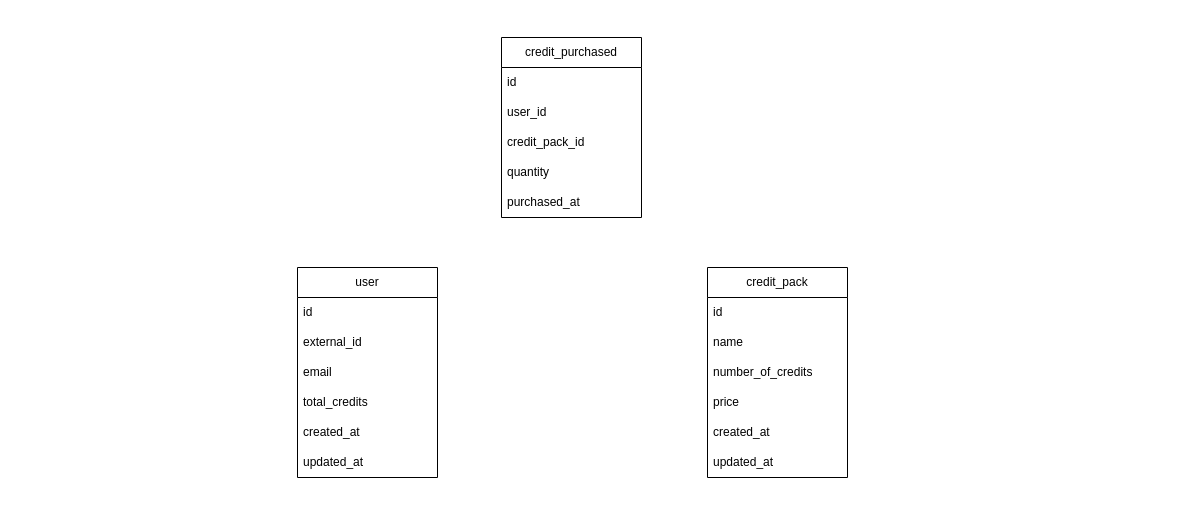
chrischriscris/gymcredits keeps this draw.io diagram as gymcredits.drawio. Above is the earlier version. Source tidied: cells renumbered, new cells numbered last; positions are measured from the earlier drawing's top-left corner, leaving out a move shared by most shapes. Both pictures are drawn from the tidied source at 100%, with x=0, y=0 at pixel (297, 37).
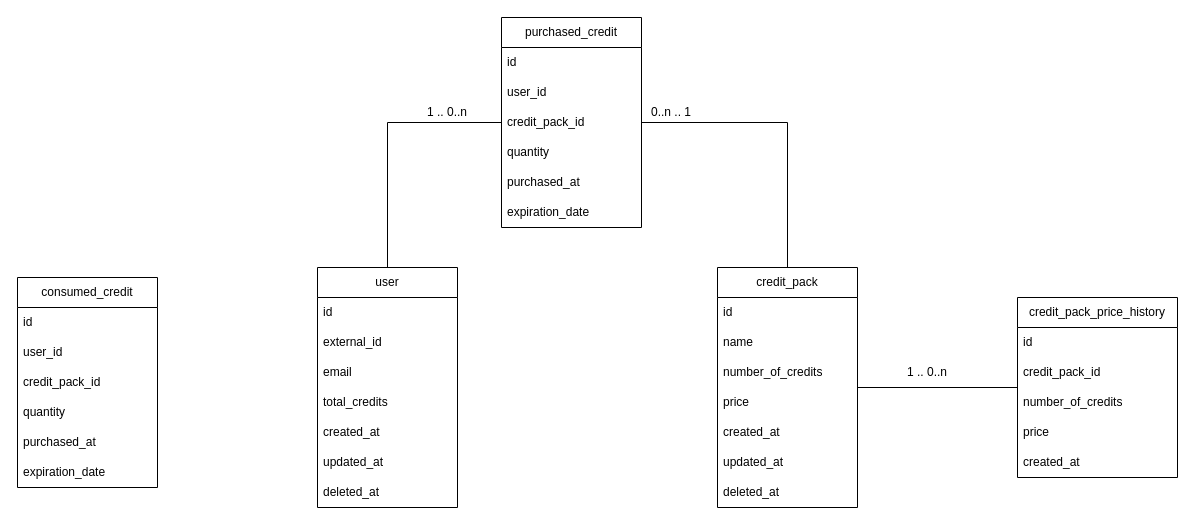
After the change.

Diff of the diagram source:
```diff
@@
     <mxCell id="2" value="user" style="swimlane;fontStyle=0;horizontal=1;startSize=30;whiteSpace=wrap;html=1;" parent="1" vertex="1">
-      <mxGeometry y="230" width="140" height="210" as="geometry" />
+      <mxGeometry x="20" y="230" width="140" height="240" as="geometry" />
     </mxCell>
@@
+    <mxCell id="22" value="deleted_at" style="text;strokeColor=none;fillColor=none;align=left;verticalAlign=middle;spacingLeft=4;spacingRight=4;overflow=hidden;whiteSpace=wrap;html=1;" parent="2" vertex="1">
+      <mxGeometry y="210" width="140" height="30" as="geometry" />
+    </mxCell>
     <mxCell id="9" value="credit_pack" style="swimlane;fontStyle=0;horizontal=1;startSize=30;whiteSpace=wrap;html=1;" parent="1" vertex="1">
-      <mxGeometry x="410" y="230" width="140" height="210" as="geometry" />
+      <mxGeometry x="420" y="230" width="140" height="240" as="geometry" />
     </mxCell>
@@
+    <mxCell id="23" value="deleted_at" style="text;strokeColor=none;fillColor=none;align=left;verticalAlign=middle;spacingLeft=4;spacingRight=4;overflow=hidden;whiteSpace=wrap;html=1;" parent="9" vertex="1">
+      <mxGeometry y="210" width="140" height="30" as="geometry" />
+    </mxCell>
-    <mxCell id="16" value="credit_purchased" style="swimlane;fontStyle=0;horizontal=1;startSize=30;whiteSpace=wrap;html=1;" parent="1" vertex="1">
-      <mxGeometry x="204" width="140" height="180" as="geometry" />
+    <mxCell id="16" value="purchased_credit" style="swimlane;fontStyle=0;horizontal=1;startSize=30;whiteSpace=wrap;html=1;" parent="1" vertex="1">
+      <mxGeometry x="204" y="-20" width="140" height="210" as="geometry" />
     </mxCell>
@@
+    <mxCell id="24" value="purchased_at" style="text;strokeColor=none;fillColor=none;align=left;verticalAlign=middle;spacingLeft=4;spacingRight=4;overflow=hidden;whiteSpace=wrap;html=1;" parent="16" vertex="1">
+      <mxGeometry y="150" width="140" height="30" as="geometry" />
+    </mxCell>
-    <mxCell id="21" value="purchased_at" style="text;strokeColor=none;fillColor=none;align=left;verticalAlign=middle;spacingLeft=4;spacingRight=4;overflow=hidden;whiteSpace=wrap;html=1;" parent="16" vertex="1">
-      <mxGeometry y="150" width="140" height="30" as="geometry" />
+    <mxCell id="21" value="expiration_date" style="text;strokeColor=none;fillColor=none;align=left;verticalAlign=middle;spacingLeft=4;spacingRight=4;overflow=hidden;whiteSpace=wrap;html=1;" parent="16" vertex="1">
+      <mxGeometry y="180" width="140" height="30" as="geometry" />
     </mxCell>
+    <mxCell id="25" value="credit_pack_price_history" style="swimlane;fontStyle=0;horizontal=1;startSize=30;whiteSpace=wrap;html=1;" parent="1" vertex="1">
+      <mxGeometry x="720" y="260" width="160" height="180" as="geometry" />
+    </mxCell>
+    <mxCell id="26" value="id" style="text;strokeColor=none;fillColor=none;align=left;verticalAlign=middle;spacingLeft=4;spacingRight=4;overflow=hidden;whiteSpace=wrap;html=1;" parent="25" vertex="1">
+      <mxGeometry y="30" width="160" height="30" as="geometry" />
+    </mxCell>
+    <mxCell id="27" value="credit_pack_id" style="text;strokeColor=none;fillColor=none;align=left;verticalAlign=middle;spacingLeft=4;spacingRight=4;overflow=hidden;whiteSpace=wrap;html=1;" parent="25" vertex="1">
+      <mxGeometry y="60" width="160" height="30" as="geometry" />
+    </mxCell>
+    <mxCell id="28" value="number_of_credits" style="text;strokeColor=none;fillColor=none;align=left;verticalAlign=middle;spacingLeft=4;spacingRight=4;overflow=hidden;whiteSpace=wrap;html=1;" parent="25" vertex="1">
+      <mxGeometry y="90" width="160" height="30" as="geometry" />
+    </mxCell>
+    <mxCell id="29" value="price" style="text;strokeColor=none;fillColor=none;align=left;verticalAlign=middle;spacingLeft=4;spacingRight=4;overflow=hidden;whiteSpace=wrap;html=1;" parent="25" vertex="1">
+      <mxGeometry y="120" width="160" height="30" as="geometry" />
+    </mxCell>
+    <mxCell id="30" value="created_at" style="text;strokeColor=none;fillColor=none;align=left;verticalAlign=middle;spacingLeft=4;spacingRight=4;overflow=hidden;whiteSpace=wrap;html=1;" parent="25" vertex="1">
+      <mxGeometry y="150" width="160" height="30" as="geometry" />
+    </mxCell>
+    <mxCell id="31" value="1 .. 0..n" style="text;html=1;align=center;verticalAlign=middle;whiteSpace=wrap;rounded=0;" parent="1" vertex="1">
+      <mxGeometry x="600" y="320" width="60" height="30" as="geometry" />
+    </mxCell>
+    <mxCell id="32" style="endArrow=none;html=1;rounded=0;" parent="1" edge="1" source="9" target="25">
+      <mxGeometry relative="1" as="geometry" />
+    </mxCell>
+    <mxCell id="33" style="endArrow=none;html=1;rounded=0;" parent="1" edge="1" source="16" target="9">
+      <mxGeometry relative="1" as="geometry">
+        <Array as="points">
+          <mxPoint x="490" y="85" />
+        </Array>
+      </mxGeometry>
+    </mxCell>
+    <mxCell id="34" value="0..n .. 1" style="text;html=1;align=center;verticalAlign=middle;whiteSpace=wrap;rounded=0;" parent="1" vertex="1">
+      <mxGeometry x="344" y="60" width="60" height="30" as="geometry" />
+    </mxCell>
+    <mxCell id="35" style="endArrow=none;html=1;rounded=0;" parent="1" edge="1" source="16" target="2">
+      <mxGeometry relative="1" as="geometry">
+        <Array as="points">
+          <mxPoint x="90" y="85" />
+        </Array>
+      </mxGeometry>
+    </mxCell>
+    <mxCell id="36" value="1 .. 0..n" style="text;html=1;align=center;verticalAlign=middle;whiteSpace=wrap;rounded=0;" parent="1" vertex="1">
+      <mxGeometry x="120" y="60" width="60" height="30" as="geometry" />
+    </mxCell>
+    <mxCell id="37" value="consumed_credit" style="swimlane;fontStyle=0;horizontal=1;startSize=30;whiteSpace=wrap;html=1;" parent="1" vertex="1">
+      <mxGeometry x="-280" y="240" width="140" height="210" as="geometry" />
+    </mxCell>
+    <mxCell id="38" value="id" style="text;strokeColor=none;fillColor=none;align=left;verticalAlign=middle;spacingLeft=4;spacingRight=4;overflow=hidden;whiteSpace=wrap;html=1;" parent="37" vertex="1">
+      <mxGeometry y="30" width="140" height="30" as="geometry" />
+    </mxCell>
+    <mxCell id="39" value="user_id" style="text;strokeColor=none;fillColor=none;align=left;verticalAlign=middle;spacingLeft=4;spacingRight=4;overflow=hidden;whiteSpace=wrap;html=1;" parent="37" vertex="1">
+      <mxGeometry y="60" width="140" height="30" as="geometry" />
+    </mxCell>
+    <mxCell id="40" value="credit_pack_id" style="text;strokeColor=none;fillColor=none;align=left;verticalAlign=middle;spacingLeft=4;spacingRight=4;overflow=hidden;whiteSpace=wrap;html=1;" parent="37" vertex="1">
+      <mxGeometry y="90" width="140" height="30" as="geometry" />
+    </mxCell>
+    <mxCell id="41" value="quantity" style="text;strokeColor=none;fillColor=none;align=left;verticalAlign=middle;spacingLeft=4;spacingRight=4;overflow=hidden;whiteSpace=wrap;html=1;" parent="37" vertex="1">
+      <mxGeometry y="120" width="140" height="30" as="geometry" />
+    </mxCell>
+    <mxCell id="42" value="purchased_at" style="text;strokeColor=none;fillColor=none;align=left;verticalAlign=middle;spacingLeft=4;spacingRight=4;overflow=hidden;whiteSpace=wrap;html=1;" parent="37" vertex="1">
+      <mxGeometry y="150" width="140" height="30" as="geometry" />
+    </mxCell>
+    <mxCell id="43" value="expiration_date" style="text;strokeColor=none;fillColor=none;align=left;verticalAlign=middle;spacingLeft=4;spacingRight=4;overflow=hidden;whiteSpace=wrap;html=1;" parent="37" vertex="1">
+      <mxGeometry y="180" width="140" height="30" as="geometry" />
+    </mxCell>
```
